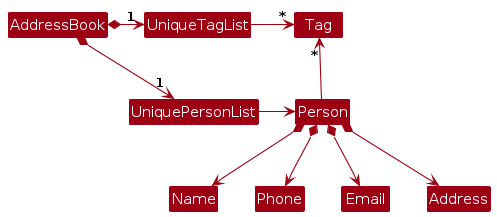
Above: diagrams/BetterModelClassDiagram.png in AY2627S1-CS2103T-T11-4/tp (PlantUML), before the change. Its source is kept beside it as diagrams/BetterModelClassDiagram.puml.
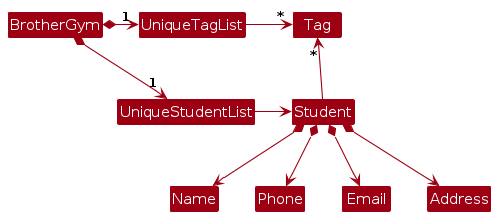
After the change.

Diff of the diagram source:
```diff
@@ -4,18 +4,18 @@
 skinparam arrowColor MODEL_COLOR
 skinparam classBackgroundColor MODEL_COLOR
 
-AddressBook *-right-> "1" UniquePersonList
-AddressBook *-right-> "1" UniqueTagList
-UniqueTagList -[hidden]down- UniquePersonList
-UniqueTagList -[hidden]down- UniquePersonList
+BrotherGym *-right-> "1" UniqueStudentList
+BrotherGym *-right-> "1" UniqueTagList
+UniqueTagList -[hidden]down- UniqueStudentList
+UniqueTagList -[hidden]down- UniqueStudentList
 
 UniqueTagList -right-> "*" Tag
-UniquePersonList -right-> Person
+UniqueStudentList -right-> Student
 
-Person -up-> "*" Tag
+Student -up-> "*" Tag
 
-Person *--> Name
-Person *--> Phone
-Person *--> Email
-Person *--> Address
+Student *--> Name
+Student *--> Phone
+Student *--> Email
+Student *--> Address
 @enduml
```
